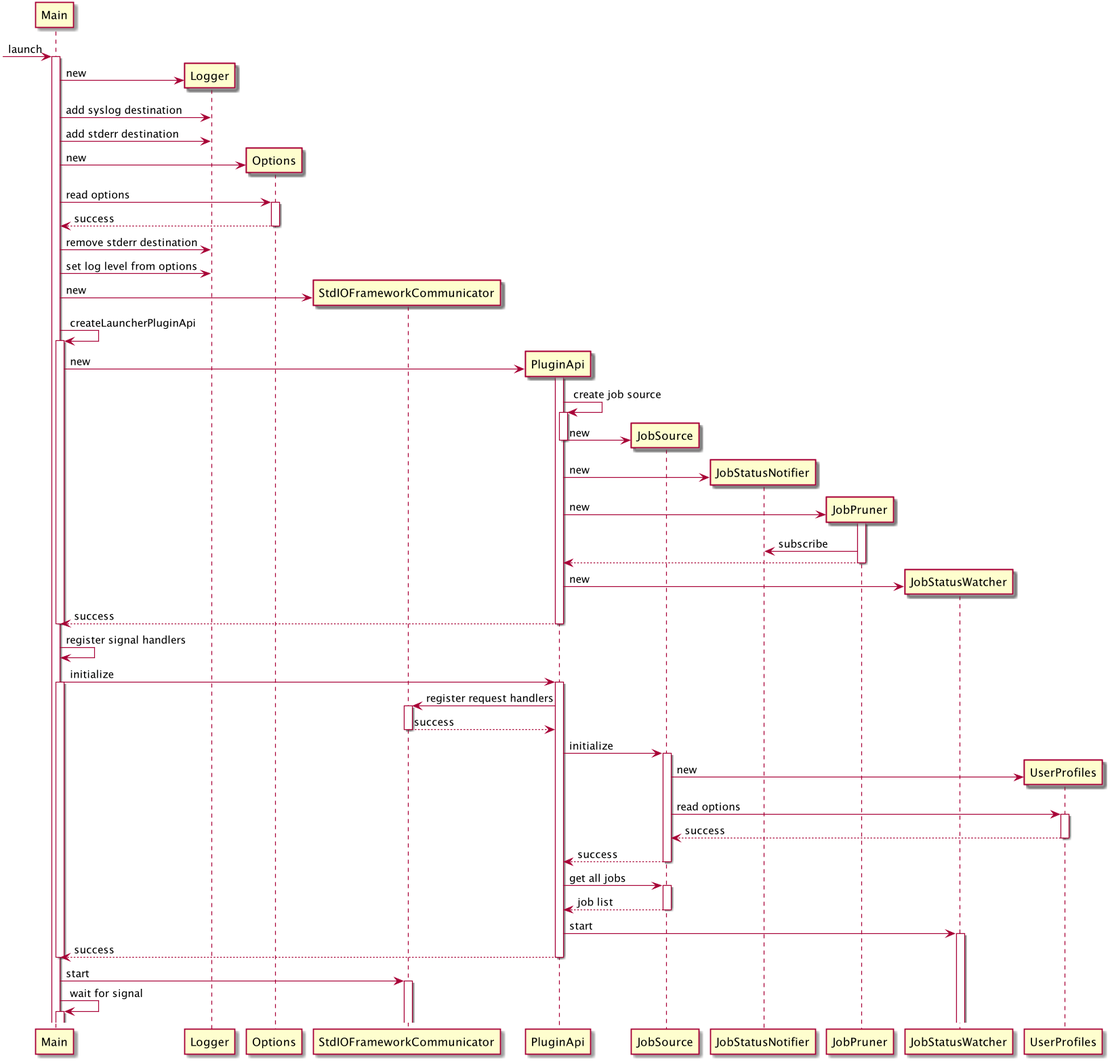
Before: docs/diagrams/images/startup-sequence.png, a diagram exported from PlantUML (rstudio/rstudio-launcher-plugin-sdk).
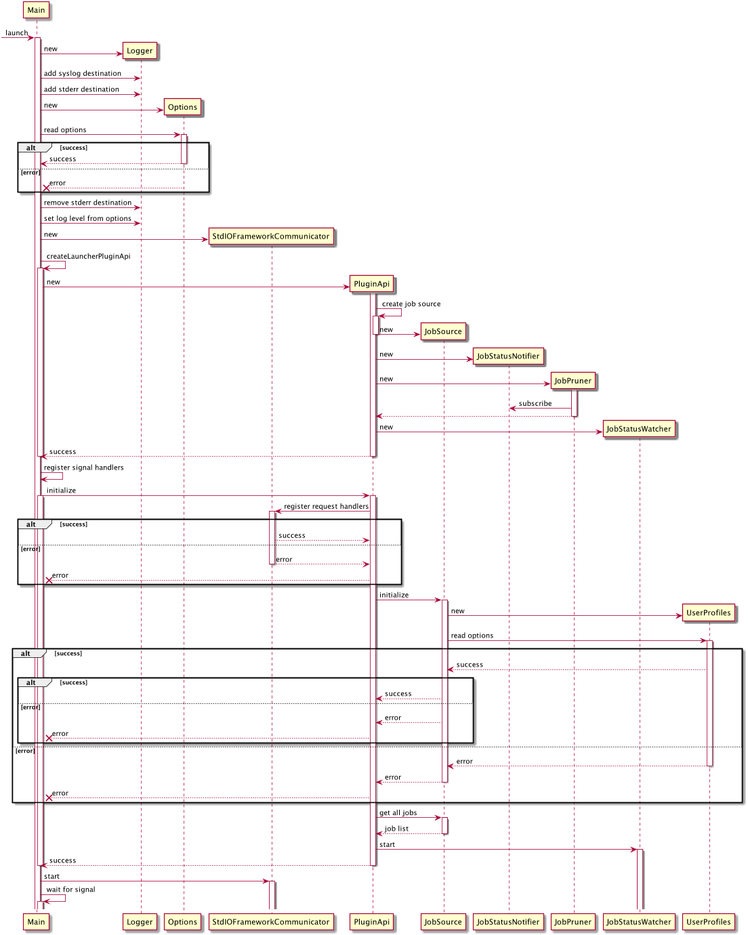
The same diagram one commit later.

Commit message:
add error cases

Change to the diagram source:
```diff
@@ -11,7 +11,11 @@
 create Options
 Main -> Options : new
 Main -> Options ++ : read options
+alt success
 Main <-- Options -- : success
+else error
+Main X-- Options -- : error
+end
 
 Main -> Logger : remove stderr destination
 Main -> Logger : set log level from options
@@ -47,14 +51,30 @@
 Main -> PluginApi  ++ : initialize
 activate Main
 StdIOFrameworkCommunicator <- PluginApi ++ : register request handlers
-StdIOFrameworkCommunicator --> PluginApi -- : success
+alt success
+StdIOFrameworkCommunicator --> PluginApi : success
+else error
+StdIOFrameworkCommunicator --> PluginApi -- :error
+Main X<-- PluginApi : error
+end
 
 PluginApi -> JobSource ++ : initialize
 create UserProfiles
 JobSource -> UserProfiles : new
 JobSource -> UserProfiles ++ : read options
-JobSource <-- UserProfiles -- : success
-PluginApi <-- JobSource -- : success
+alt success
+JobSource <-- UserProfiles : success
+alt success
+PluginApi <-- JobSource : success
+else error
+PluginApi <-- JobSource : error
+Main X<-- PluginApi : error
+end
+else error
+JobSource <-- UserProfiles --: error
+PluginApi <-- JobSource --: error
+Main X<-- PluginApi : error
+end
 
 PluginApi -> JobSource ++ : get all jobs
 PluginApi <-- JobSource -- : job list
```
